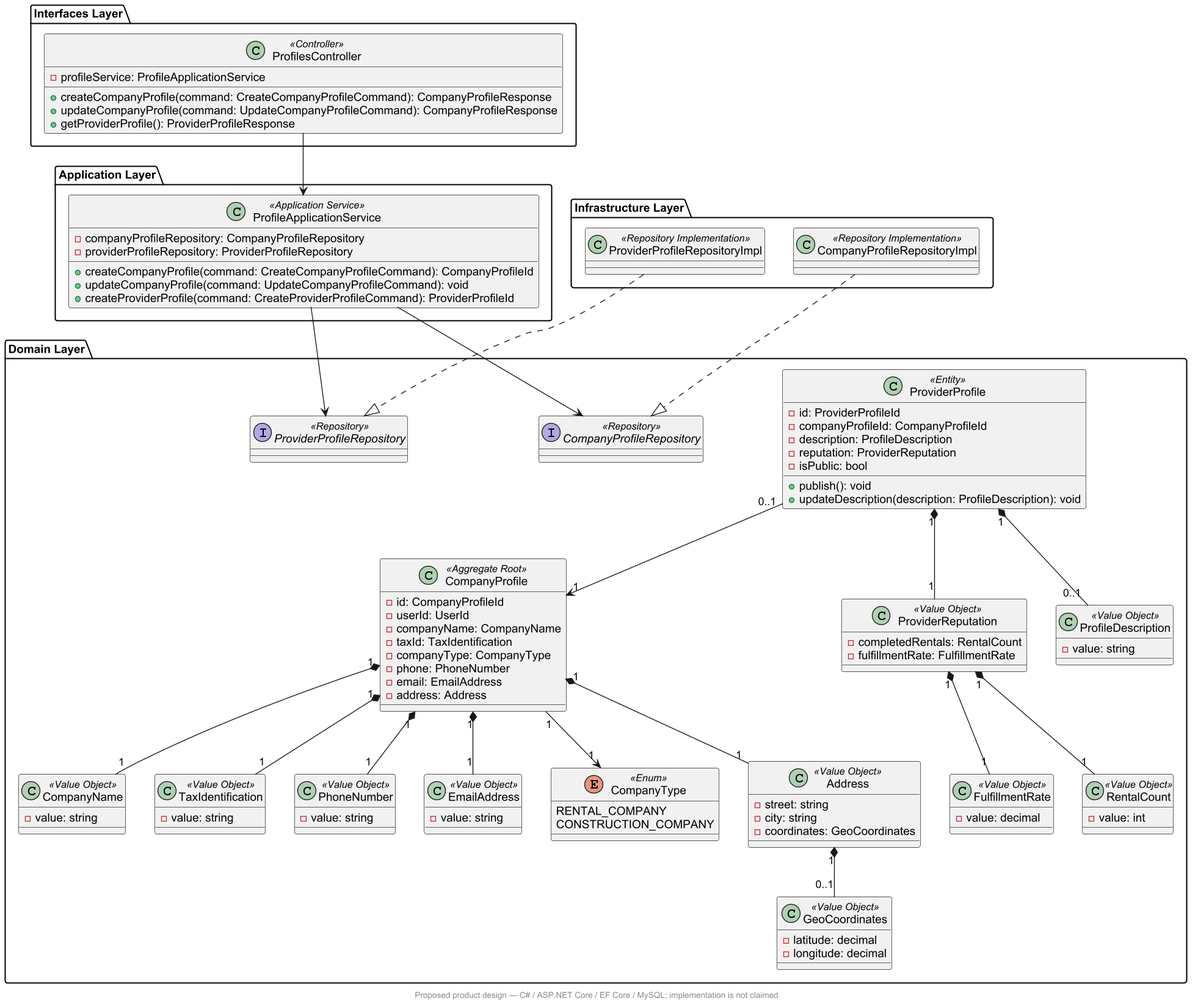
This is assets/tb1-reference-design/class-diagram-profiles.png from upc-pre-202620-1asi0730-8093-dataflux/dataflux-project-report, a PlantUML export, as it was before one commit.
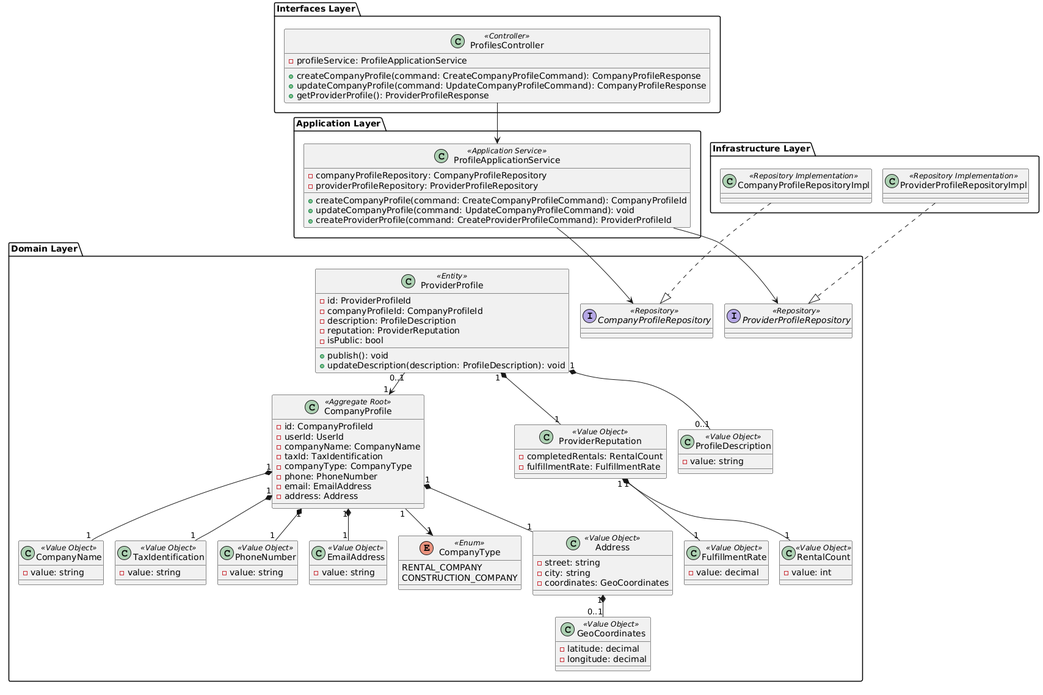
The same diagram one commit later.

Commit message:
fix(architecture): restore original class models with C# types

The edit, as a diff of the source:
```diff
@@ -1,8 +1,6 @@
 @startuml
-skinparam backgroundColor white
-skinparam shadowing false
-skinparam defaultFontName Arial
-skinparam dpi 130
+skinparam defaultFontName "DejaVu Sans"
+!pragma layout smetana
 package "Interfaces Layer" {
   class ProfilesController <<Controller>> {
     - profileService: ProfileApplicationService
@@ -116,5 +114,8 @@
 ProviderProfile "1" *-- "1" ProviderReputation
 ProviderReputation "1" *-- "1" FulfillmentRate
 ProviderReputation "1" *-- "1" RentalCount
-footer Proposed product design — C# / ASP.NET Core / EF Core / MySQL; implementation is not claimed
+
+ProviderProfile -right[hidden]-> CompanyProfileRepository
+CompanyProfileRepository -right[hidden]-> ProviderProfileRepository
+CompanyProfileRepositoryImpl -right[hidden]-> ProviderProfileRepositoryImpl
 @enduml
```
